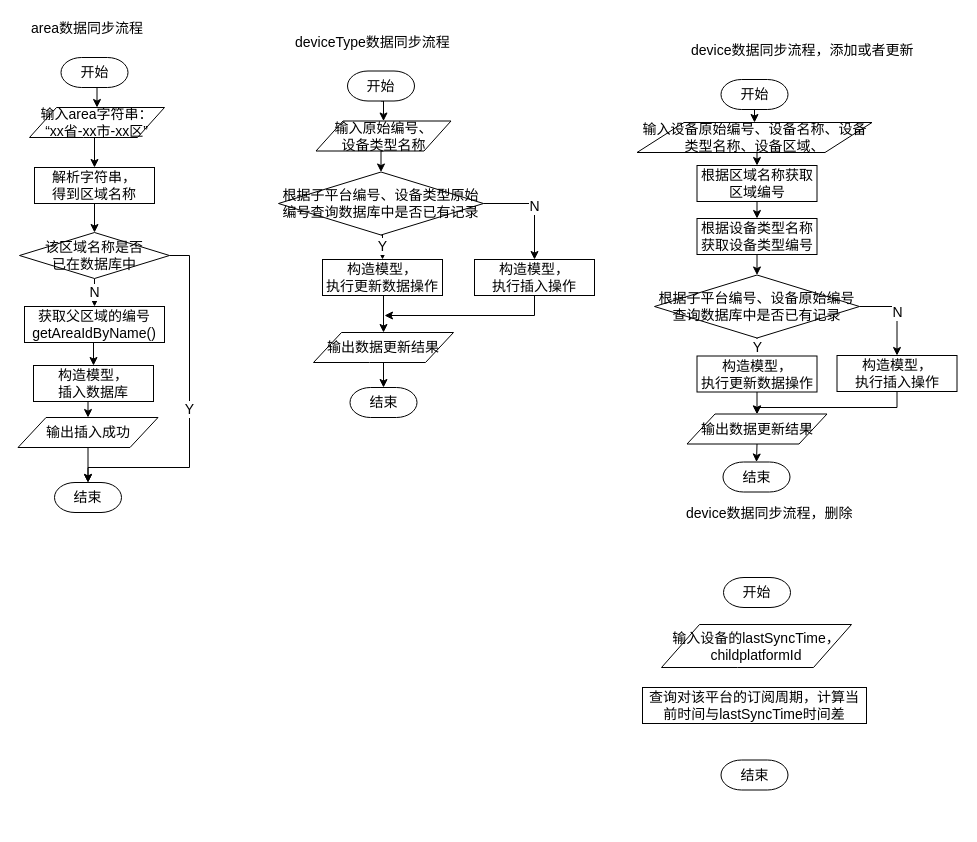
This is IOTManage/flow-diagram.drawio from waterwatermelon/graph, a draw.io file, before an edit. Source tidied: cells renumbered, new cells numbered last; positions are measured from the earlier drawing's top-left corner, leaving out a move shared by most shapes. Both pictures are drawn from the tidied source at 100%, with x=0, y=0 at pixel (18, 17).
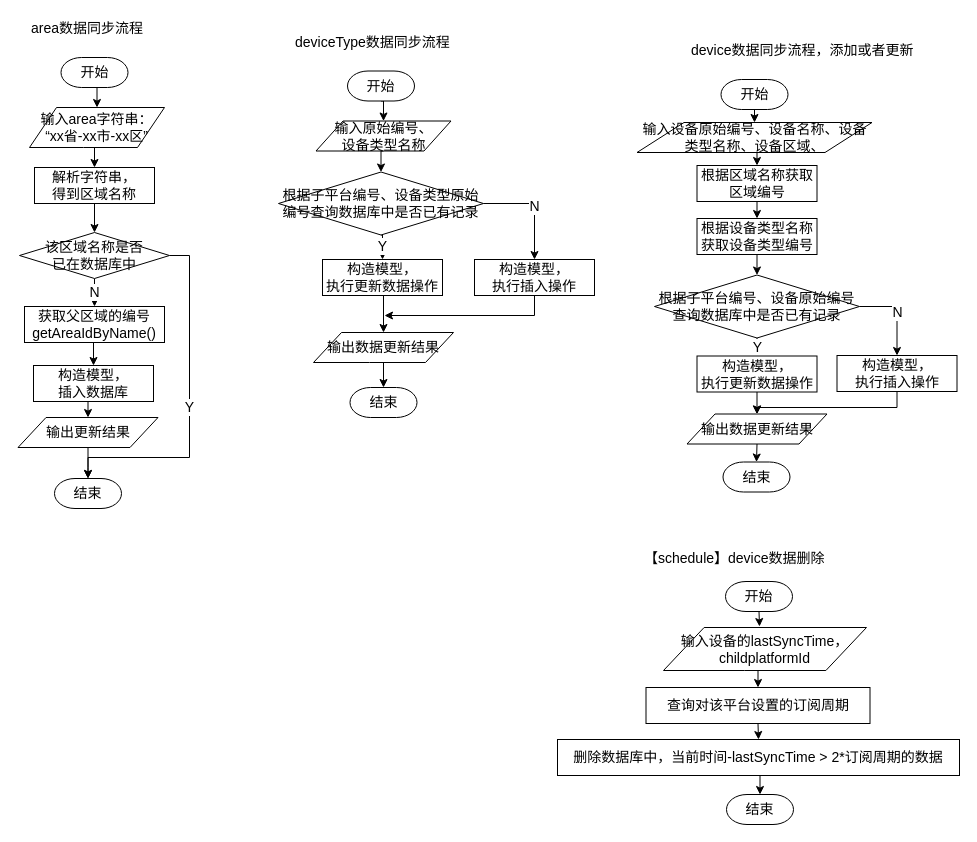
The same diagram, later.

Unchanged cells that the change refers to:
```xml
<mxCell id="6" value="该区域名称是否&lt;br style=&quot;font-size: 14px;&quot;&gt;已在数据库中" style="strokeWidth=1;html=1;shape=mxgraph.flowchart.decision;whiteSpace=wrap;rounded=1;comic=0;fontSize=14;spacing=2;" parent="1" vertex="1">
  <mxGeometry x="1" y="215" width="150" height="46" as="geometry" />
</mxCell>
```

What changed in the source:
```diff
@@
     <mxCell id="3" value="输入area字符串：&lt;br style=&quot;font-size: 14px;&quot;&gt;“xx省-xx市-xx区”" style="shape=parallelogram;perimeter=parallelogramPerimeter;whiteSpace=wrap;html=1;rounded=1;comic=0;arcSize=0;fontSize=14;" parent="1" vertex="1">
-      <mxGeometry x="11" y="90" width="135" height="30" as="geometry" />
+      <mxGeometry x="11" y="90" width="135" height="40" as="geometry" />
     </mxCell>
@@
     <mxCell id="5" value="&lt;font style=&quot;font-size: 14px&quot;&gt;Y&lt;/font&gt;" style="edgeStyle=orthogonalEdgeStyle;rounded=0;jettySize=auto;html=1;exitX=1;exitY=0.5;exitDx=0;exitDy=0;exitPerimeter=0;entryX=0.5;entryY=0;entryDx=0;entryDy=0;entryPerimeter=0;fontSize=14;" parent="1" edge="1" source="6" target="9">
       <mxGeometry relative="1" as="geometry">
         <Array as="points">
           <mxPoint x="171" y="238" />
-          <mxPoint x="171" y="450" />
-          <mxPoint x="70" y="450" />
+          <mxPoint x="171" y="440" />
+          <mxPoint x="70" y="440" />
         </Array>
       </mxGeometry>
     </mxCell>
@@
     <mxCell id="9" value="结束" style="strokeWidth=1;html=1;shape=mxgraph.flowchart.terminator;whiteSpace=wrap;rounded=1;comic=0;fontSize=14;" parent="1" vertex="1">
-      <mxGeometry x="36" y="465" width="67" height="30" as="geometry" />
+      <mxGeometry x="36" y="461" width="67" height="30" as="geometry" />
     </mxCell>
@@
-    <mxCell id="18" value="输出插入成功" style="shape=parallelogram;perimeter=parallelogramPerimeter;whiteSpace=wrap;html=1;rounded=1;comic=0;arcSize=0;fontSize=14;" parent="1" vertex="1">
+    <mxCell id="18" value="输出更新结果" style="shape=parallelogram;perimeter=parallelogramPerimeter;whiteSpace=wrap;html=1;rounded=1;comic=0;arcSize=0;fontSize=14;" parent="1" vertex="1">
       <mxGeometry x="-0.5" y="400" width="140" height="30" as="geometry" />
     </mxCell>
@@
-    <mxCell id="53" value="&lt;font style=&quot;font-size: 14px&quot;&gt;device数据同步流程，删除&lt;/font&gt;" style="text;html=1;align=left;verticalAlign=top;spacingTop=-4;fontSize=14;" parent="1" vertex="1">
-      <mxGeometry x="666" y="485" width="180" height="20" as="geometry" />
+    <mxCell id="53" value="&lt;font style=&quot;font-size: 14px&quot;&gt;【schedule】device数据删除&lt;/font&gt;" style="text;html=1;align=left;verticalAlign=top;spacingTop=-4;fontSize=14;" parent="1" vertex="1">
+      <mxGeometry x="624" y="530" width="200" height="20" as="geometry" />
     </mxCell>
     <mxCell id="54" value="结束" style="strokeWidth=1;html=1;shape=mxgraph.flowchart.terminator;whiteSpace=wrap;rounded=1;comic=0;fontSize=14;" parent="1" vertex="1">
-      <mxGeometry x="702.5" y="742.5" width="67" height="30" as="geometry" />
+      <mxGeometry x="708" y="777" width="67" height="30" as="geometry" />
     </mxCell>
+    <mxCell id="58" style="edgeStyle=orthogonalEdgeStyle;rounded=0;jettySize=auto;html=1;exitX=0.5;exitY=1;exitDx=0;exitDy=0;exitPerimeter=0;entryX=0.473;entryY=-0.023;entryDx=0;entryDy=0;entryPerimeter=0;fontSize=14;" parent="1" edge="1" source="55" target="56">
+      <mxGeometry relative="1" as="geometry" />
+    </mxCell>
     <mxCell id="55" value="开始" style="strokeWidth=1;html=1;shape=mxgraph.flowchart.terminator;whiteSpace=wrap;rounded=1;comic=0;fontSize=14;" parent="1" vertex="1">
-      <mxGeometry x="705" y="560" width="67" height="30" as="geometry" />
+      <mxGeometry x="707" y="564" width="67" height="30" as="geometry" />
     </mxCell>
+    <mxCell id="59" style="edgeStyle=orthogonalEdgeStyle;rounded=0;jettySize=auto;html=1;exitX=0.5;exitY=1;exitDx=0;exitDy=0;entryX=0.5;entryY=0;entryDx=0;entryDy=0;fontSize=14;" parent="1" edge="1" source="56" target="57">
+      <mxGeometry relative="1" as="geometry" />
+    </mxCell>
     <mxCell id="56" value="输入设备的lastSyncTime，childplatformId" style="shape=parallelogram;perimeter=parallelogramPerimeter;whiteSpace=wrap;html=1;rounded=1;comic=0;arcSize=0;fontSize=14;" parent="1" vertex="1">
-      <mxGeometry x="643" y="607" width="190" height="43" as="geometry" />
+      <mxGeometry x="645" y="610" width="203" height="43" as="geometry" />
     </mxCell>
+    <mxCell id="60" style="edgeStyle=orthogonalEdgeStyle;rounded=0;jettySize=auto;html=1;exitX=0.5;exitY=1;exitDx=0;exitDy=0;entryX=0.5;entryY=0;entryDx=0;entryDy=0;fontSize=14;" parent="1" edge="1" source="57" target="62">
+      <mxGeometry relative="1" as="geometry" />
+    </mxCell>
-    <mxCell id="57" value="&lt;span style=&quot;font-size: 14px&quot;&gt;查询对该平台的订阅周期，计算当前时间与lastSyncTime时间差&lt;br style=&quot;font-size: 14px&quot;&gt;&lt;/span&gt;" style="rounded=0;whiteSpace=wrap;html=1;fontSize=14;" parent="1" vertex="1">
-      <mxGeometry x="624" y="670" width="224" height="36" as="geometry" />
+    <mxCell id="57" value="&lt;span style=&quot;font-size: 14px&quot;&gt;查询对该平台设置的订阅周期&lt;br style=&quot;font-size: 14px&quot;&gt;&lt;/span&gt;" style="rounded=0;whiteSpace=wrap;html=1;fontSize=14;" parent="1" vertex="1">
+      <mxGeometry x="627.5" y="670" width="224" height="36" as="geometry" />
     </mxCell>
+    <mxCell id="61" style="edgeStyle=orthogonalEdgeStyle;rounded=0;jettySize=auto;html=1;exitX=0.5;exitY=1;exitDx=0;exitDy=0;entryX=0.5;entryY=0;entryDx=0;entryDy=0;entryPerimeter=0;fontSize=14;" parent="1" edge="1" source="62" target="54">
+      <mxGeometry relative="1" as="geometry" />
+    </mxCell>
+    <mxCell id="62" value="&lt;span style=&quot;font-size: 14px&quot;&gt;删除数据库中，当前时间-lastSyncTime &amp;gt; 2*订阅周期的数据&lt;br style=&quot;font-size: 14px&quot;&gt;&lt;/span&gt;" style="rounded=0;whiteSpace=wrap;html=1;fontSize=14;" parent="1" vertex="1">
+      <mxGeometry x="539" y="722" width="402" height="36" as="geometry" />
+    </mxCell>
```
